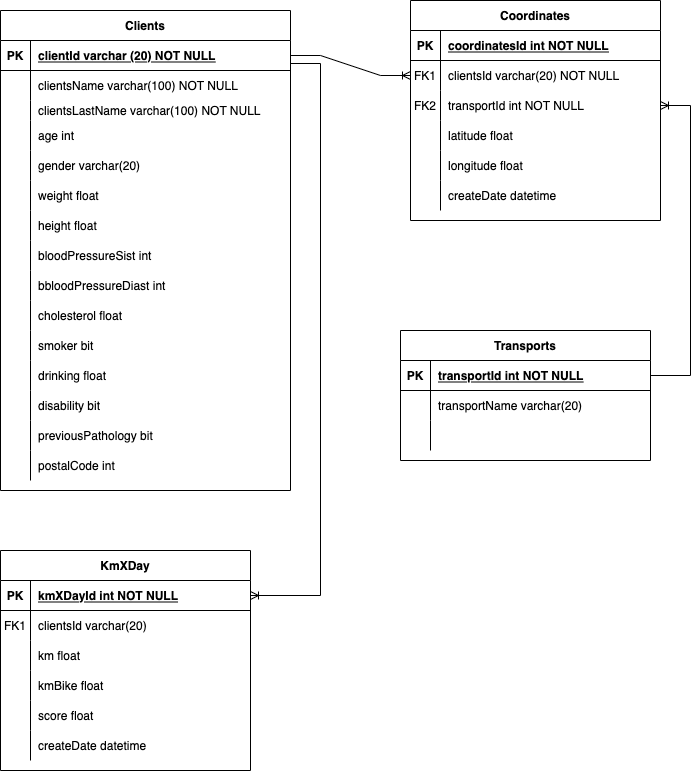
Above: DB/DB_Diagram.drawio.png in aloa04/dataproject-1 (draw.io), before the change. Source tidied: cells renumbered, new cells last; positions are measured from the earlier drawing's top-left corner, leaving out a move shared by most shapes.
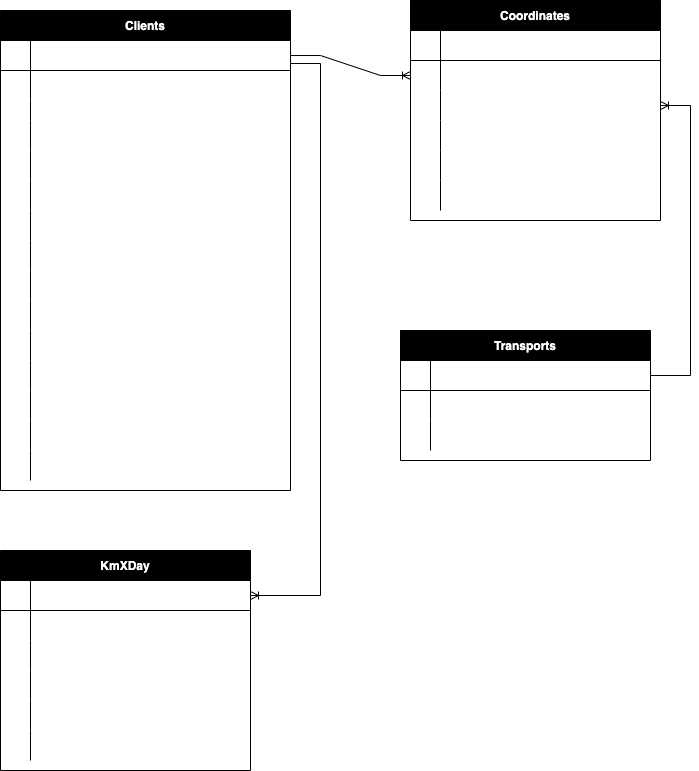
After the change.

Commit message:
correcting diagrams

Change to the diagram source:
```diff
@@ -4,3 +4,3 @@
     <mxCell id="1" parent="0" />
-    <mxCell id="2" value="Coordinates" style="shape=table;startSize=30;rowLines=0;fontStyle=1;align=center;" parent="1" vertex="1">
+    <mxCell id="2" value="Coordinates" style="shape=table;startSize=30;rowLines=0;fontStyle=1;align=center;fontColor=#FFFFFF;fillColor=#000000;" parent="1" vertex="1">
       <mxGeometry x="410" width="250" height="220" as="geometry" />
@@ -10,6 +10,6 @@
     </mxCell>
-    <mxCell id="4" value="PK" style="shape=partialRectangle;overflow=hidden;fillColor=none;top=0;left=0;bottom=0;right=0;fontStyle=1;" parent="3" vertex="1">
+    <mxCell id="4" value="PK" style="shape=partialRectangle;overflow=hidden;fillColor=none;top=0;left=0;bottom=0;right=0;fontStyle=1;fontColor=#FFFFFF;" parent="3" vertex="1">
       <mxGeometry width="30" height="30" as="geometry" />
     </mxCell>
-    <mxCell id="5" value="coordinatesId int NOT NULL " style="shape=partialRectangle;overflow=hidden;fillColor=none;top=0;left=0;bottom=0;right=0;align=left;spacingLeft=6;fontStyle=5;" parent="3" vertex="1">
+    <mxCell id="5" value="coordinatesId int NOT NULL " style="shape=partialRectangle;overflow=hidden;fillColor=none;top=0;left=0;bottom=0;right=0;align=left;spacingLeft=6;fontStyle=5;fontColor=#FFFFFF;" parent="3" vertex="1">
       <mxGeometry x="30" width="220" height="30" as="geometry" />
@@ -19,6 +19,6 @@
     </mxCell>
-    <mxCell id="7" value="FK1" style="shape=partialRectangle;overflow=hidden;fillColor=none;top=0;left=0;bottom=0;right=0;" parent="6" vertex="1">
+    <mxCell id="7" value="FK1" style="shape=partialRectangle;overflow=hidden;fillColor=none;top=0;left=0;bottom=0;right=0;fontColor=#FFFFFF;" parent="6" vertex="1">
       <mxGeometry width="30" height="30" as="geometry" />
     </mxCell>
-    <mxCell id="8" value="clientsId varchar(20) NOT NULL" style="shape=partialRectangle;overflow=hidden;fillColor=none;top=0;left=0;bottom=0;right=0;align=left;spacingLeft=6;" parent="6" vertex="1">
+    <mxCell id="8" value="clientsId varchar(20) NOT NULL" style="shape=partialRectangle;overflow=hidden;fillColor=none;top=0;left=0;bottom=0;right=0;align=left;spacingLeft=6;fontColor=#FFFFFF;" parent="6" vertex="1">
       <mxGeometry x="30" width="220" height="30" as="geometry" />
@@ -31,3 +31,3 @@
     </mxCell>
-    <mxCell id="11" value="transportId int NOT NULL" style="shape=partialRectangle;overflow=hidden;fillColor=none;top=0;left=0;bottom=0;right=0;align=left;spacingLeft=6;" parent="9" vertex="1">
+    <mxCell id="11" value="transportId int NOT NULL" style="shape=partialRectangle;overflow=hidden;fillColor=none;top=0;left=0;bottom=0;right=0;align=left;spacingLeft=6;fontColor=#FFFFFF;" parent="9" vertex="1">
       <mxGeometry x="30" width="220" height="30" as="geometry" />
@@ -40,3 +40,3 @@
     </mxCell>
-    <mxCell id="14" value="latitude float" style="shape=partialRectangle;fillColor=none;top=0;left=0;bottom=0;right=0;align=left;spacingLeft=6;overflow=hidden;" parent="12" vertex="1">
+    <mxCell id="14" value="latitude float" style="shape=partialRectangle;fillColor=none;top=0;left=0;bottom=0;right=0;align=left;spacingLeft=6;overflow=hidden;fontColor=#FFFFFF;" parent="12" vertex="1">
       <mxGeometry x="30" width="220" height="30" as="geometry" />
@@ -49,3 +49,3 @@
     </mxCell>
-    <mxCell id="17" value="longitude float" style="shape=partialRectangle;fillColor=none;top=0;left=0;bottom=0;right=0;align=left;spacingLeft=6;overflow=hidden;" parent="15" vertex="1">
+    <mxCell id="17" value="longitude float" style="shape=partialRectangle;fillColor=none;top=0;left=0;bottom=0;right=0;align=left;spacingLeft=6;overflow=hidden;fontColor=#FFFFFF;" parent="15" vertex="1">
       <mxGeometry x="30" width="220" height="30" as="geometry" />
@@ -58,6 +58,6 @@
     </mxCell>
-    <mxCell id="20" value="createDate datetime" style="shape=partialRectangle;fillColor=none;top=0;left=0;bottom=0;right=0;align=left;spacingLeft=6;overflow=hidden;" parent="18" vertex="1">
+    <mxCell id="20" value="createDate datetime" style="shape=partialRectangle;fillColor=none;top=0;left=0;bottom=0;right=0;align=left;spacingLeft=6;overflow=hidden;fontColor=#FFFFFF;" parent="18" vertex="1">
       <mxGeometry x="30" width="220" height="30" as="geometry" />
     </mxCell>
-    <mxCell id="21" value="Transports" style="shape=table;startSize=30;rowLines=0;fontStyle=1;align=center;" parent="1" vertex="1">
+    <mxCell id="21" value="Transports" style="shape=table;startSize=30;rowLines=0;fontStyle=1;align=center;fontColor=#FFFFFF;fillColor=#000000;" parent="1" vertex="1">
       <mxGeometry x="400" y="330" width="250" height="130" as="geometry" />
@@ -67,6 +67,6 @@
     </mxCell>
-    <mxCell id="23" value="PK" style="shape=partialRectangle;overflow=hidden;fillColor=none;top=0;left=0;bottom=0;right=0;fontStyle=1;" parent="22" vertex="1">
+    <mxCell id="23" value="PK" style="shape=partialRectangle;overflow=hidden;fillColor=none;top=0;left=0;bottom=0;right=0;fontStyle=1;fontColor=#FFFFFF;" parent="22" vertex="1">
       <mxGeometry width="30" height="30" as="geometry" />
     </mxCell>
-    <mxCell id="24" value="transportId int NOT NULL " style="shape=partialRectangle;overflow=hidden;fillColor=none;top=0;left=0;bottom=0;right=0;align=left;spacingLeft=6;fontStyle=5;" parent="22" vertex="1">
+    <mxCell id="24" value="transportId int NOT NULL " style="shape=partialRectangle;overflow=hidden;fillColor=none;top=0;left=0;bottom=0;right=0;align=left;spacingLeft=6;fontStyle=5;fontColor=#FFFFFF;" parent="22" vertex="1">
       <mxGeometry x="30" width="220" height="30" as="geometry" />
@@ -79,3 +79,3 @@
     </mxCell>
-    <mxCell id="27" value="transportName varchar(20)" style="shape=partialRectangle;overflow=hidden;fillColor=none;top=0;left=0;bottom=0;right=0;align=left;spacingLeft=6;" parent="25" vertex="1">
+    <mxCell id="27" value="transportName varchar(20)" style="shape=partialRectangle;overflow=hidden;fillColor=none;top=0;left=0;bottom=0;right=0;align=left;spacingLeft=6;fontColor=#FFFFFF;" parent="25" vertex="1">
       <mxGeometry x="30" width="220" height="30" as="geometry" />
@@ -91,3 +91,3 @@
     </mxCell>
-    <mxCell id="31" value="Clients" style="shape=table;startSize=30;rowLines=0;fontStyle=1;align=center;" parent="1" vertex="1">
+    <mxCell id="31" value="Clients" style="shape=table;startSize=30;rowLines=0;fontStyle=1;align=center;fillColor=#000000;fontColor=#FFFFFF;" parent="1" vertex="1">
       <mxGeometry y="10" width="290" height="480" as="geometry" />
@@ -97,6 +97,6 @@
     </mxCell>
-    <mxCell id="33" value="PK" style="shape=partialRectangle;overflow=hidden;fillColor=none;top=0;left=0;bottom=0;right=0;fontStyle=1;" parent="32" vertex="1">
+    <mxCell id="33" value="PK" style="shape=partialRectangle;overflow=hidden;fillColor=none;top=0;left=0;bottom=0;right=0;fontStyle=1;fontColor=#FFFFFF;" parent="32" vertex="1">
       <mxGeometry width="30" height="30" as="geometry" />
     </mxCell>
-    <mxCell id="34" value="clientId varchar (20) NOT NULL " style="shape=partialRectangle;overflow=hidden;fillColor=none;top=0;left=0;bottom=0;right=0;align=left;spacingLeft=6;fontStyle=5;" parent="32" vertex="1">
+    <mxCell id="34" value="clientId varchar (20) NOT NULL " style="shape=partialRectangle;overflow=hidden;fillColor=none;top=0;left=0;bottom=0;right=0;align=left;spacingLeft=6;fontStyle=5;fontColor=#FFFFFF;" parent="32" vertex="1">
       <mxGeometry x="30" width="260" height="30" as="geometry" />
@@ -109,3 +109,3 @@
     </mxCell>
-    <mxCell id="37" value="clientsName varchar(100) NOT NULL" style="shape=partialRectangle;overflow=hidden;fillColor=none;top=0;left=0;bottom=0;right=0;align=left;spacingLeft=6;" parent="35" vertex="1">
+    <mxCell id="37" value="clientsName varchar(100) NOT NULL" style="shape=partialRectangle;overflow=hidden;fillColor=none;top=0;left=0;bottom=0;right=0;align=left;spacingLeft=6;fontColor=#FFFFFF;" parent="35" vertex="1">
       <mxGeometry x="30" width="260" height="30" as="geometry" />
@@ -118,3 +118,3 @@
     </mxCell>
-    <mxCell id="40" value="clientsLastName varchar(100) NOT NULL" style="shape=partialRectangle;fillColor=none;top=0;left=0;bottom=0;right=0;align=left;spacingLeft=6;overflow=hidden;" parent="38" vertex="1">
+    <mxCell id="40" value="clientsLastName varchar(100) NOT NULL" style="shape=partialRectangle;fillColor=none;top=0;left=0;bottom=0;right=0;align=left;spacingLeft=6;overflow=hidden;fontColor=#FFFFFF;" parent="38" vertex="1">
       <mxGeometry x="30" width="260" height="20" as="geometry" />
@@ -127,3 +127,3 @@
     </mxCell>
-    <mxCell id="43" value="age int" style="shape=partialRectangle;fillColor=none;top=0;left=0;bottom=0;right=0;align=left;spacingLeft=6;overflow=hidden;" parent="41" vertex="1">
+    <mxCell id="43" value="age int" style="shape=partialRectangle;fillColor=none;top=0;left=0;bottom=0;right=0;align=left;spacingLeft=6;overflow=hidden;fontColor=#FFFFFF;" parent="41" vertex="1">
       <mxGeometry x="30" width="260" height="30" as="geometry" />
@@ -136,3 +136,3 @@
     </mxCell>
-    <mxCell id="46" value="gender varchar(20) " style="shape=partialRectangle;fillColor=none;top=0;left=0;bottom=0;right=0;align=left;spacingLeft=6;overflow=hidden;" parent="44" vertex="1">
+    <mxCell id="46" value="gender varchar(20) " style="shape=partialRectangle;fillColor=none;top=0;left=0;bottom=0;right=0;align=left;spacingLeft=6;overflow=hidden;fontColor=#FFFFFF;" parent="44" vertex="1">
       <mxGeometry x="30" width="260" height="30" as="geometry" />
@@ -145,3 +145,3 @@
     </mxCell>
-    <mxCell id="49" value="weight float " style="shape=partialRectangle;fillColor=none;top=0;left=0;bottom=0;right=0;align=left;spacingLeft=6;overflow=hidden;" parent="47" vertex="1">
+    <mxCell id="49" value="weight float " style="shape=partialRectangle;fillColor=none;top=0;left=0;bottom=0;right=0;align=left;spacingLeft=6;overflow=hidden;fontColor=#FFFFFF;" parent="47" vertex="1">
       <mxGeometry x="30" width="260" height="30" as="geometry" />
@@ -154,3 +154,3 @@
     </mxCell>
-    <mxCell id="52" value="height float" style="shape=partialRectangle;fillColor=none;top=0;left=0;bottom=0;right=0;align=left;spacingLeft=6;overflow=hidden;" parent="50" vertex="1">
+    <mxCell id="52" value="height float" style="shape=partialRectangle;fillColor=none;top=0;left=0;bottom=0;right=0;align=left;spacingLeft=6;overflow=hidden;fontColor=#FFFFFF;" parent="50" vertex="1">
       <mxGeometry x="30" width="260" height="30" as="geometry" />
@@ -163,3 +163,3 @@
     </mxCell>
-    <mxCell id="55" value="bloodPressureSist int" style="shape=partialRectangle;fillColor=none;top=0;left=0;bottom=0;right=0;align=left;spacingLeft=6;overflow=hidden;" parent="53" vertex="1">
+    <mxCell id="55" value="bloodPressureSist int" style="shape=partialRectangle;fillColor=none;top=0;left=0;bottom=0;right=0;align=left;spacingLeft=6;overflow=hidden;fontColor=#FFFFFF;" parent="53" vertex="1">
       <mxGeometry x="30" width="260" height="30" as="geometry" />
@@ -172,3 +172,3 @@
     </mxCell>
-    <mxCell id="58" value="bbloodPressureDiast int" style="shape=partialRectangle;fillColor=none;top=0;left=0;bottom=0;right=0;align=left;spacingLeft=6;overflow=hidden;" parent="56" vertex="1">
+    <mxCell id="58" value="bbloodPressureDiast int" style="shape=partialRectangle;fillColor=none;top=0;left=0;bottom=0;right=0;align=left;spacingLeft=6;overflow=hidden;fontColor=#FFFFFF;" parent="56" vertex="1">
       <mxGeometry x="30" width="260" height="30" as="geometry" />
@@ -181,3 +181,3 @@
     </mxCell>
-    <mxCell id="61" value="cholesterol float" style="shape=partialRectangle;fillColor=none;top=0;left=0;bottom=0;right=0;align=left;spacingLeft=6;overflow=hidden;" parent="59" vertex="1">
+    <mxCell id="61" value="cholesterol float" style="shape=partialRectangle;fillColor=none;top=0;left=0;bottom=0;right=0;align=left;spacingLeft=6;overflow=hidden;fontColor=#FFFFFF;" parent="59" vertex="1">
       <mxGeometry x="30" width="260" height="30" as="geometry" />
@@ -190,3 +190,3 @@
     </mxCell>
-    <mxCell id="64" value="smoker bit" style="shape=partialRectangle;fillColor=none;top=0;left=0;bottom=0;right=0;align=left;spacingLeft=6;overflow=hidden;" parent="62" vertex="1">
+    <mxCell id="64" value="smoker bit" style="shape=partialRectangle;fillColor=none;top=0;left=0;bottom=0;right=0;align=left;spacingLeft=6;overflow=hidden;fontColor=#FFFFFF;" parent="62" vertex="1">
       <mxGeometry x="30" width="260" height="30" as="geometry" />
@@ -199,3 +199,3 @@
     </mxCell>
-    <mxCell id="67" value="drinking float" style="shape=partialRectangle;fillColor=none;top=0;left=0;bottom=0;right=0;align=left;spacingLeft=6;overflow=hidden;" parent="65" vertex="1">
+    <mxCell id="67" value="drinking int" style="shape=partialRectangle;fillColor=none;top=0;left=0;bottom=0;right=0;align=left;spacingLeft=6;overflow=hidden;fontColor=#FFFFFF;" parent="65" vertex="1">
       <mxGeometry x="30" width="260" height="30" as="geometry" />
@@ -208,3 +208,3 @@
     </mxCell>
-    <mxCell id="70" value="disability bit" style="shape=partialRectangle;fillColor=none;top=0;left=0;bottom=0;right=0;align=left;spacingLeft=6;overflow=hidden;" parent="68" vertex="1">
+    <mxCell id="70" value="disability bit" style="shape=partialRectangle;fillColor=none;top=0;left=0;bottom=0;right=0;align=left;spacingLeft=6;overflow=hidden;fontColor=#FFFFFF;" parent="68" vertex="1">
       <mxGeometry x="30" width="260" height="30" as="geometry" />
@@ -217,3 +217,3 @@
     </mxCell>
-    <mxCell id="73" value="previousPathology bit" style="shape=partialRectangle;fillColor=none;top=0;left=0;bottom=0;right=0;align=left;spacingLeft=6;overflow=hidden;" parent="71" vertex="1">
+    <mxCell id="73" value="previousPathology bit" style="shape=partialRectangle;fillColor=none;top=0;left=0;bottom=0;right=0;align=left;spacingLeft=6;overflow=hidden;fontColor=#FFFFFF;" parent="71" vertex="1">
       <mxGeometry x="30" width="260" height="30" as="geometry" />
@@ -226,3 +226,3 @@
     </mxCell>
-    <mxCell id="76" value="postalCode int" style="shape=partialRectangle;fillColor=none;top=0;left=0;bottom=0;right=0;align=left;spacingLeft=6;overflow=hidden;" parent="74" vertex="1">
+    <mxCell id="76" value="postalCode int" style="shape=partialRectangle;fillColor=none;top=0;left=0;bottom=0;right=0;align=left;spacingLeft=6;overflow=hidden;fontColor=#FFFFFF;" parent="74" vertex="1">
       <mxGeometry x="30" width="260" height="30" as="geometry" />
@@ -232,3 +232,3 @@
     </mxCell>
-    <mxCell id="78" value="FK2" style="shape=partialRectangle;overflow=hidden;fillColor=none;top=0;left=0;bottom=0;right=0;" parent="1" vertex="1">
+    <mxCell id="78" value="FK2" style="shape=partialRectangle;overflow=hidden;fillColor=none;top=0;left=0;bottom=0;right=0;fontColor=#FFFFFF;" parent="1" vertex="1">
       <mxGeometry x="410" y="90" width="30" height="30" as="geometry" />
@@ -241,3 +241,3 @@
     </mxCell>
-    <mxCell id="81" value="KmXDay" style="shape=table;startSize=30;rowLines=0;fontStyle=1;align=center;" parent="1" vertex="1">
+    <mxCell id="81" value="KmXDay" style="shape=table;startSize=30;rowLines=0;fontStyle=1;align=center;fontColor=#FFFFFF;fillColor=#000000;" parent="1" vertex="1">
       <mxGeometry y="550" width="250" height="220" as="geometry" />
@@ -247,6 +247,6 @@
     </mxCell>
-    <mxCell id="83" value="PK" style="shape=partialRectangle;overflow=hidden;fillColor=none;top=0;left=0;bottom=0;right=0;fontStyle=1;" parent="82" vertex="1">
+    <mxCell id="83" value="PK" style="shape=partialRectangle;overflow=hidden;fillColor=none;top=0;left=0;bottom=0;right=0;fontStyle=1;fontColor=#FFFFFF;" parent="82" vertex="1">
       <mxGeometry width="30" height="30" as="geometry" />
     </mxCell>
-    <mxCell id="84" value="kmXDayId int NOT NULL " style="shape=partialRectangle;overflow=hidden;fillColor=none;top=0;left=0;bottom=0;right=0;align=left;spacingLeft=6;fontStyle=5;" parent="82" vertex="1">
+    <mxCell id="84" value="kmXDayId int NOT NULL " style="shape=partialRectangle;overflow=hidden;fillColor=none;top=0;left=0;bottom=0;right=0;align=left;spacingLeft=6;fontStyle=5;fontColor=#FFFFFF;" parent="82" vertex="1">
       <mxGeometry x="30" width="220" height="30" as="geometry" />
@@ -256,6 +256,6 @@
     </mxCell>
-    <mxCell id="86" value="FK1" style="shape=partialRectangle;overflow=hidden;fillColor=none;top=0;left=0;bottom=0;right=0;" parent="85" vertex="1">
+    <mxCell id="86" value="FK1" style="shape=partialRectangle;overflow=hidden;fillColor=none;top=0;left=0;bottom=0;right=0;fontColor=#FFFFFF;" parent="85" vertex="1">
       <mxGeometry width="30" height="30" as="geometry" />
     </mxCell>
-    <mxCell id="87" value="clientsId varchar(20)" style="shape=partialRectangle;overflow=hidden;fillColor=none;top=0;left=0;bottom=0;right=0;align=left;spacingLeft=6;" parent="85" vertex="1">
+    <mxCell id="87" value="clientsId varchar(20)" style="shape=partialRectangle;overflow=hidden;fillColor=none;top=0;left=0;bottom=0;right=0;align=left;spacingLeft=6;fontColor=#FFFFFF;" parent="85" vertex="1">
       <mxGeometry x="30" width="220" height="30" as="geometry" />
@@ -268,3 +268,3 @@
     </mxCell>
-    <mxCell id="90" value="km float" style="shape=partialRectangle;fillColor=none;top=0;left=0;bottom=0;right=0;align=left;spacingLeft=6;overflow=hidden;" parent="88" vertex="1">
+    <mxCell id="90" value="km float" style="shape=partialRectangle;fillColor=none;top=0;left=0;bottom=0;right=0;align=left;spacingLeft=6;overflow=hidden;fontColor=#FFFFFF;" parent="88" vertex="1">
       <mxGeometry x="30" width="220" height="30" as="geometry" />
@@ -277,3 +277,3 @@
     </mxCell>
-    <mxCell id="93" value="kmBike float" style="shape=partialRectangle;fillColor=none;top=0;left=0;bottom=0;right=0;align=left;spacingLeft=6;overflow=hidden;" parent="91" vertex="1">
+    <mxCell id="93" value="kmBike float" style="shape=partialRectangle;fillColor=none;top=0;left=0;bottom=0;right=0;align=left;spacingLeft=6;overflow=hidden;fontColor=#FFFFFF;" parent="91" vertex="1">
       <mxGeometry x="30" width="220" height="30" as="geometry" />
@@ -286,3 +286,3 @@
     </mxCell>
-    <mxCell id="96" value="score float" style="shape=partialRectangle;fillColor=none;top=0;left=0;bottom=0;right=0;align=left;spacingLeft=6;overflow=hidden;" parent="94" vertex="1">
+    <mxCell id="96" value="score float" style="shape=partialRectangle;fillColor=none;top=0;left=0;bottom=0;right=0;align=left;spacingLeft=6;overflow=hidden;fontColor=#FFFFFF;" parent="94" vertex="1">
       <mxGeometry x="30" width="220" height="30" as="geometry" />
@@ -295,3 +295,3 @@
     </mxCell>
-    <mxCell id="99" value="createDate datetime" style="shape=partialRectangle;overflow=hidden;fillColor=none;top=0;left=0;bottom=0;right=0;align=left;spacingLeft=6;" parent="97" vertex="1">
+    <mxCell id="99" value="createDate datetime" style="shape=partialRectangle;overflow=hidden;fillColor=none;top=0;left=0;bottom=0;right=0;align=left;spacingLeft=6;fontColor=#FFFFFF;" parent="97" vertex="1">
       <mxGeometry x="30" width="220" height="30" as="geometry" />
```
